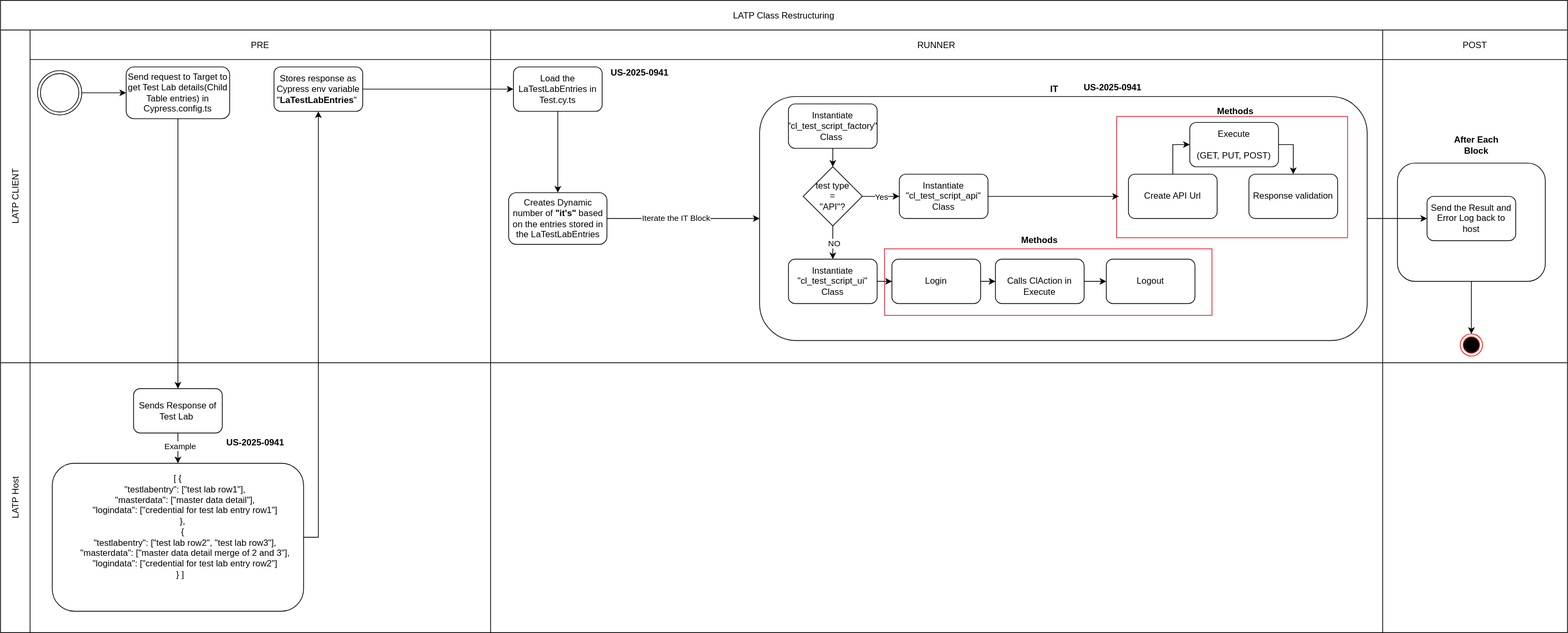
Above: BPMN/Restructure-LATP-Class.svg in lmnaslimited/lens_ai_test_pilot (draw.io), before the change. Source tidied: cells renumbered, new cells last; positions are measured from the earlier drawing's top-left corner, leaving out a move shared by most shapes.
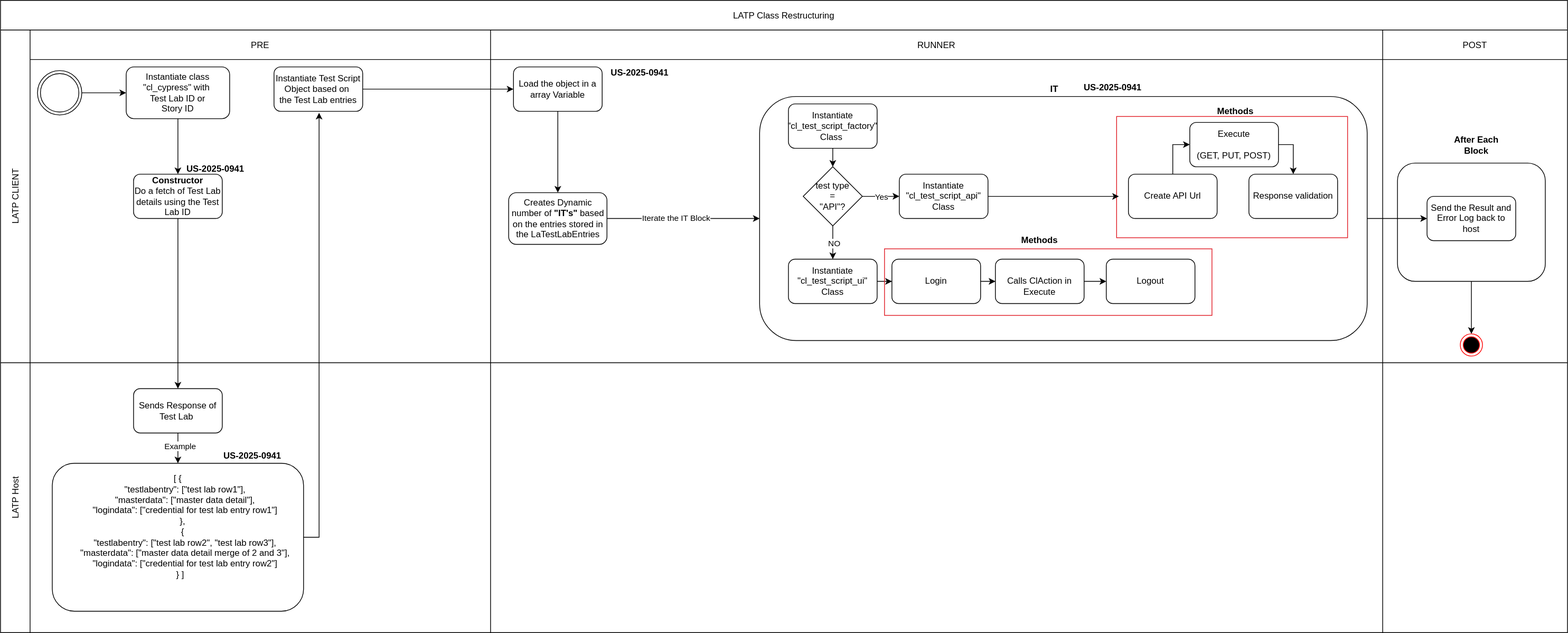
The same file after the commit.

Commit message:
Chnaged the cypress class structure

What changed in the source:
```diff
@@ -17,19 +17,28 @@
     <mxCell id="6" style="ellipse;shape=doubleEllipse;html=1;dashed=0;whiteSpace=wrap;" parent="4" vertex="1">
       <mxGeometry x="10" y="55" width="60" height="60" as="geometry" />
     </mxCell>
+    <mxCell id="63" style="edgeStyle=orthogonalEdgeStyle;rounded=0;jettySize=auto;html=1;entryX=0.5;entryY=0;entryDx=0;entryDy=0;" parent="4" edge="1" source="7" target="64">
+      <mxGeometry relative="1" as="geometry" />
+    </mxCell>
-    <mxCell id="7" value="Send request to Target to get Test Lab details(Child Table entries) in Cypress.config.ts" style="rounded=1;whiteSpace=wrap;html=1;" parent="4" vertex="1">
+    <mxCell id="7" value="Instantiate class &quot;cl_cypress&quot; with&amp;nbsp;&lt;br&gt;Test Lab ID or&lt;br&gt;Story ID" style="rounded=1;whiteSpace=wrap;html=1;" parent="4" vertex="1">
       <mxGeometry x="130" y="50" width="140" height="70" as="geometry" />
     </mxCell>
-    <mxCell id="8" value="Stores response as Cypress env variable&lt;br&gt;&quot;&lt;b&gt;LaTestLabEntries&lt;/b&gt;&quot;&amp;nbsp;" style="rounded=1;whiteSpace=wrap;html=1;" parent="4" vertex="1">
+    <mxCell id="8" value="Instantiate Test Script Object based on&amp;nbsp;&lt;br&gt;the Test Lab entries" style="rounded=1;whiteSpace=wrap;html=1;" parent="4" vertex="1">
       <mxGeometry x="330" y="50" width="120" height="60" as="geometry" />
     </mxCell>
+    <mxCell id="64" value="&lt;b&gt;Constructor&lt;/b&gt;&lt;br&gt;Do a fetch of Test Lab details using the Test Lab ID" style="rounded=1;whiteSpace=wrap;html=1;" parent="4" vertex="1">
+      <mxGeometry x="140" y="195" width="120" height="60" as="geometry" />
+    </mxCell>
+    <mxCell id="65" value="&lt;b&gt;&lt;a href=&quot;https://nectar.lmnas.com/app/task/US-2025-0941&quot;&gt;US-2025-0941&lt;/a&gt;&lt;/b&gt;" style="text;html=1;whiteSpace=wrap;strokeColor=none;fillColor=none;align=center;verticalAlign=middle;rounded=0;" parent="4" vertex="1">
+      <mxGeometry x="206" y="173" width="90" height="30" as="geometry" />
+    </mxCell>
     <mxCell id="9" value="RUNNER" style="swimlane;swimlaneHead=0;swimlaneBody=0;fontStyle=0;strokeColor=inherit;fillColor=#FFFFFF00;startSize=40;" parent="3" vertex="1">
       <mxGeometry x="663" width="1207" height="450" as="geometry" />
     </mxCell>
     <mxCell id="10" style="edgeStyle=orthogonalEdgeStyle;rounded=0;jettySize=auto;html=1;exitX=0.5;exitY=1;exitDx=0;exitDy=0;" parent="9" edge="1" source="11" target="14">
       <mxGeometry relative="1" as="geometry" />
     </mxCell>
-    <mxCell id="11" value="Load the LaTestLabEntries in Test.cy.ts" style="rounded=1;whiteSpace=wrap;html=1;" parent="9" vertex="1">
+    <mxCell id="11" value="Load the object in a array Variable" style="rounded=1;whiteSpace=wrap;html=1;" parent="9" vertex="1">
       <mxGeometry x="31" y="50" width="120" height="60" as="geometry" />
     </mxCell>
     <mxCell id="12" style="edgeStyle=orthogonalEdgeStyle;rounded=0;jettySize=auto;html=1;exitX=1;exitY=0.5;exitDx=0;exitDy=0;entryX=0;entryY=0.5;entryDx=0;entryDy=0;" parent="9" edge="1" source="14" target="15">
@@ -38,7 +47,7 @@
     <mxCell id="13" value="Iterate the IT Block" style="edgeLabel;html=1;align=center;verticalAlign=middle;" parent="12" vertex="1">
       <mxGeometry x="-0.1" y="1" relative="1" as="geometry" />
     </mxCell>
-    <mxCell id="14" value="Creates Dynamic number of &lt;b&gt;&quot;it's&quot; &lt;/b&gt;based on the entries stored in the&amp;nbsp;LaTestLabEntries" style="rounded=1;whiteSpace=wrap;html=1;" parent="9" vertex="1">
+    <mxCell id="14" value="Creates Dynamic number of &lt;b&gt;&quot;IT's&quot; &lt;/b&gt;based on the entries stored in the&amp;nbsp;LaTestLabEntries" style="rounded=1;whiteSpace=wrap;html=1;" parent="9" vertex="1">
       <mxGeometry x="24.5" y="220" width="133" height="70" as="geometry" />
     </mxCell>
     <mxCell id="15" style="rounded=1;whiteSpace=wrap;html=1;" parent="9" vertex="1">
@@ -162,24 +171,26 @@
     <mxCell id="53" value="Sends Response of Test Lab&amp;nbsp;" style="rounded=1;whiteSpace=wrap;html=1;" parent="50" vertex="1">
       <mxGeometry x="140" y="35" width="120" height="60" as="geometry" />
     </mxCell>
+    <mxCell id="66" style="edgeStyle=orthogonalEdgeStyle;rounded=0;jettySize=auto;html=1;" parent="50" edge="1" source="54">
+      <mxGeometry relative="1" as="geometry">
+        <mxPoint x="391" y="-338" as="targetPoint" />
+      </mxGeometry>
+    </mxCell>
     <mxCell id="54" value="[ {&lt;br&gt;&amp;nbsp; &amp;nbsp; &amp;nbsp; &quot;testlabentry&quot;: [&quot;test lab row1&quot;],&lt;br&gt;&amp;nbsp; &amp;nbsp; &amp;nbsp; &quot;masterdata&quot;: [&quot;master data detail&quot;],&lt;br&gt;&amp;nbsp; &amp;nbsp; &amp;nbsp; &quot;logindata&quot;: [&quot;credential for test lab entry row1&quot;]&lt;br&gt;&amp;nbsp; &amp;nbsp; },&lt;br&gt;&amp;nbsp; &amp;nbsp; {&lt;br&gt;&amp;nbsp; &amp;nbsp; &amp;nbsp; &quot;testlabentry&quot;: [&quot;test lab row2&quot;, &quot;test lab row3&quot;],&lt;br&gt;&amp;nbsp; &amp;nbsp; &amp;nbsp; &quot;masterdata&quot;: [&quot;master data detail merge of 2 and 3&quot;],&lt;br&gt;&amp;nbsp; &amp;nbsp; &amp;nbsp; &quot;logindata&quot;: [&quot;credential for test lab entry row2&quot;]&lt;br&gt;&amp;nbsp; } ]&lt;br&gt;&lt;br&gt;&lt;div&gt;&lt;br&gt;&lt;/div&gt;" style="rounded=1;whiteSpace=wrap;html=1;" parent="50" vertex="1">
       <mxGeometry x="30" y="136" width="340" height="200" as="geometry" />
     </mxCell>
+    <mxCell id="59" value="&lt;b&gt;&lt;a href=&quot;https://nectar.lmnas.com/app/task/US-2025-0941&quot;&gt;US-2025-0941&lt;/a&gt;&lt;/b&gt;" style="text;html=1;whiteSpace=wrap;strokeColor=none;fillColor=none;align=center;verticalAlign=middle;rounded=0;" parent="50" vertex="1">
+      <mxGeometry x="256" y="111" width="90" height="30" as="geometry" />
+    </mxCell>
     <mxCell id="55" style="swimlane;swimlaneHead=0;swimlaneBody=0;fontStyle=0;strokeColor=inherit;fillColor=#FFFFFF00;startSize=0;" parent="49" vertex="1">
       <mxGeometry x="663" width="1207" height="365" as="geometry" />
     </mxCell>
     <mxCell id="56" style="swimlane;swimlaneHead=0;swimlaneBody=0;fontStyle=0;strokeColor=inherit;fillColor=#FFFFFF00;startSize=0;" parent="49" vertex="1">
       <mxGeometry x="1870" width="250" height="365" as="geometry" />
     </mxCell>
-    <mxCell id="57" style="edgeStyle=orthogonalEdgeStyle;rounded=0;jettySize=auto;html=1;exitX=0.5;exitY=1;exitDx=0;exitDy=0;entryX=0.5;entryY=0;entryDx=0;entryDy=0;" parent="2" edge="1" source="7" target="53">
-      <mxGeometry relative="1" as="geometry" />
-    </mxCell>
-    <mxCell id="58" style="edgeStyle=orthogonalEdgeStyle;rounded=0;jettySize=auto;html=1;exitX=1;exitY=0.5;exitDx=0;exitDy=0;entryX=0.5;entryY=1;entryDx=0;entryDy=0;" parent="2" edge="1" source="54" target="8">
-      <mxGeometry relative="1" as="geometry" />
-    </mxCell>
-    <mxCell id="59" value="&lt;b&gt;&lt;a href=&quot;https://nectar.lmnas.com/app/task/US-2025-0941&quot;&gt;US-2025-0941&lt;/a&gt;&lt;/b&gt;" style="text;html=1;whiteSpace=wrap;strokeColor=none;fillColor=none;align=center;verticalAlign=middle;rounded=0;" parent="1" vertex="1">
-      <mxGeometry x="300" y="583" width="90" height="30" as="geometry" />
-    </mxCell>
+    <mxCell id="67" style="edgeStyle=orthogonalEdgeStyle;rounded=0;jettySize=auto;html=1;entryX=0.5;entryY=0;entryDx=0;entryDy=0;" parent="2" edge="1" source="64" target="53">
+      <mxGeometry relative="1" as="geometry" />
+    </mxCell>
     <mxCell id="60" value="&lt;b&gt;&lt;a href=&quot;https://nectar.lmnas.com/app/task/US-2025-0941&quot;&gt;US-2025-0941&lt;/a&gt;&lt;/b&gt;" style="text;html=1;whiteSpace=wrap;strokeColor=none;fillColor=none;align=center;verticalAlign=middle;rounded=0;" parent="1" vertex="1">
       <mxGeometry x="820" y="83" width="90" height="30" as="geometry" />
     </mxCell>
```
